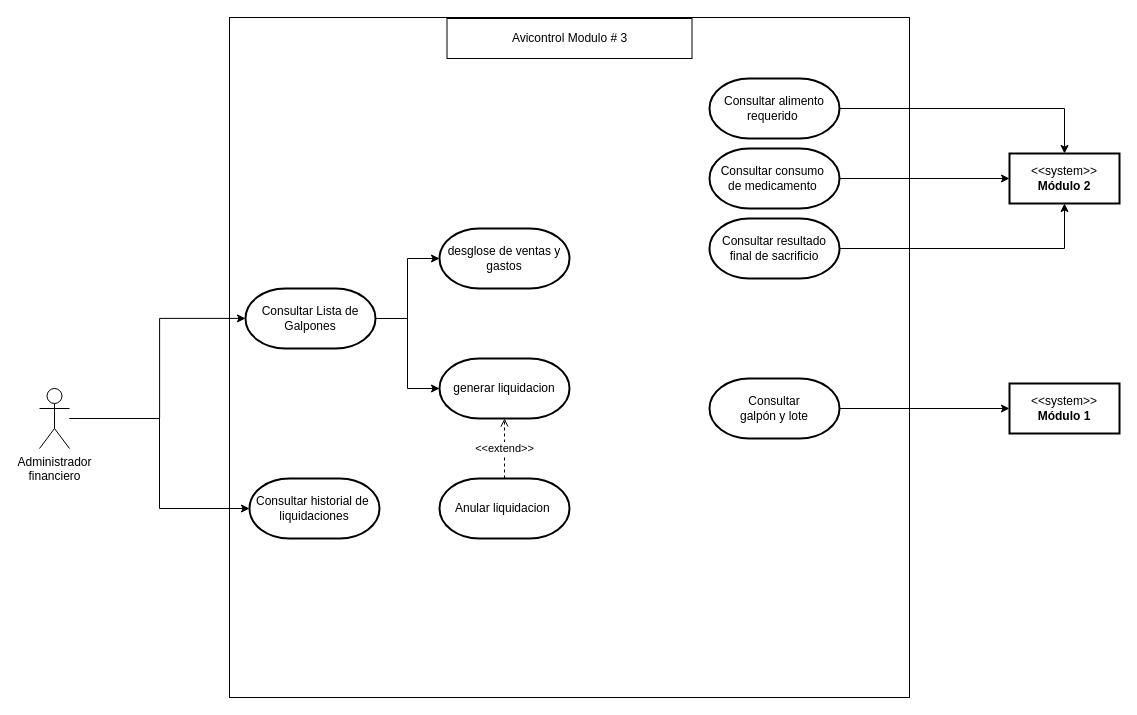
The draw.io diagram docs/diagramas/Modulo3_v1.drawio in JuanGrauMen/ISO_Avicontrol_M03, before the edit. Source tidied: cells renumbered, new cells numbered last; positions are measured from the earlier drawing's top-left corner, leaving out a move shared by most shapes. Both pictures are drawn from the tidied source at 100%, with x=0, y=0 at pixel (39, 17).
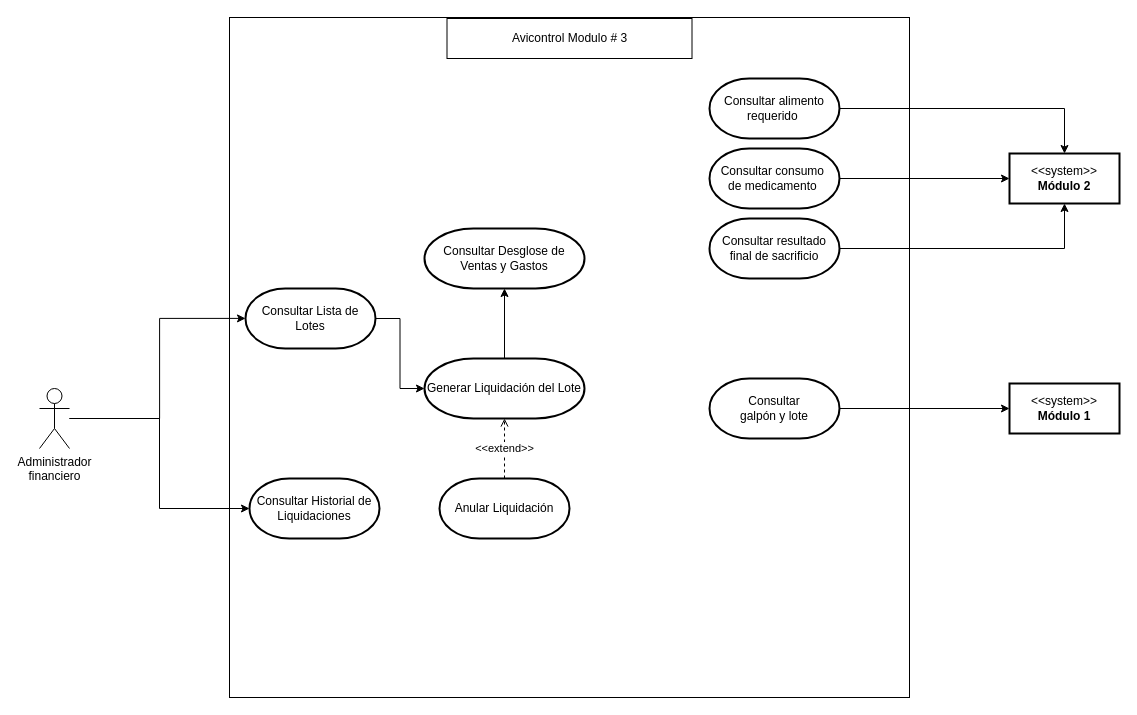
The same page after the edit.

Commit message (it also covers changes not shown here):
docs: registrar la revisión contra el prototipo y actualizar el diagrama

- CAMBIOS.md §8 con los cambios de specs del 2026-10-03.
- Diagrama: Consultar Lista de Lotes; el desglose cuelga de Generar
  Liquidación del Lote; nombres alineados con los specs.

Diff of the diagram source:
```diff
@@
-    <mxCell id="5" style="edgeStyle=orthogonalEdgeStyle;rounded=0;jettySize=auto;html=1;" parent="1" edge="1" source="6" target="18">
+    <mxCell id="5" style="edgeStyle=orthogonalEdgeStyle;rounded=0;jettySize=auto;html=1;" parent="1" edge="1" source="8" target="18">
       <mxGeometry relative="1" as="geometry" />
     </mxCell>
-    <mxCell id="6" value="Consultar Lista de Galpones" style="strokeWidth=2;html=1;shape=mxgraph.flowchart.terminator;whiteSpace=wrap;" parent="1" vertex="1">
+    <mxCell id="6" value="Consultar Lista de Lotes" style="strokeWidth=2;html=1;shape=mxgraph.flowchart.terminator;whiteSpace=wrap;" parent="1" vertex="1">
       <mxGeometry x="206" y="271" width="130" height="60" as="geometry" />
     </mxCell>
@@
-    <mxCell id="8" value="generar liquidacion" style="strokeWidth=2;html=1;shape=mxgraph.flowchart.terminator;whiteSpace=wrap;" parent="1" vertex="1">
-      <mxGeometry x="400" y="341" width="130" height="60" as="geometry" />
+    <mxCell id="8" value="Generar Liquidación del Lote" style="strokeWidth=2;html=1;shape=mxgraph.flowchart.terminator;whiteSpace=wrap;" parent="1" vertex="1">
+      <mxGeometry x="385" y="341" width="160" height="60" as="geometry" />
     </mxCell>
@@
-    <mxCell id="18" value="desglose de ventas y gastos" style="strokeWidth=2;html=1;shape=mxgraph.flowchart.terminator;whiteSpace=wrap;" parent="1" vertex="1">
-      <mxGeometry x="400" y="211" width="130" height="60" as="geometry" />
+    <mxCell id="18" value="Consultar Desglose de Ventas y Gastos" style="strokeWidth=2;html=1;shape=mxgraph.flowchart.terminator;whiteSpace=wrap;" parent="1" vertex="1">
+      <mxGeometry x="385" y="211" width="160" height="60" as="geometry" />
     </mxCell>
-    <mxCell id="19" value="Consultar historial de&amp;nbsp; liquidaciones" style="strokeWidth=2;html=1;shape=mxgraph.flowchart.terminator;whiteSpace=wrap;" parent="1" vertex="1">
+    <mxCell id="19" value="Consultar Historial de Liquidaciones" style="strokeWidth=2;html=1;shape=mxgraph.flowchart.terminator;whiteSpace=wrap;" parent="1" vertex="1">
       <mxGeometry x="210" y="461" width="130" height="60" as="geometry" />
     </mxCell>
@@
-    <mxCell id="21" value="Anular liquidacion&amp;nbsp;" style="strokeWidth=2;html=1;shape=mxgraph.flowchart.terminator;whiteSpace=wrap;" parent="1" vertex="1">
+    <mxCell id="21" value="Anular Liquidación" style="strokeWidth=2;html=1;shape=mxgraph.flowchart.terminator;whiteSpace=wrap;" parent="1" vertex="1">
       <mxGeometry x="400" y="461" width="130" height="60" as="geometry" />
     </mxCell>
```
